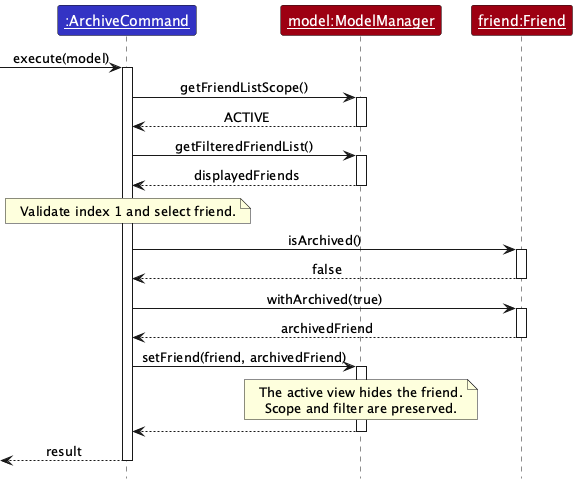
The PlantUML diagram images/ArchiveSequenceDiagram.png in AY2627S1-CS2103T-W14-3/tp, before a commit. Its diagram source:
```plantuml
@startuml
!include style.puml
skinparam ArrowFontStyle plain
skinparam ParticipantFontColor #FFFFFF

participant "<u>:ArchiveCommand</u>" as Command LOGIC_COLOR
participant "<u>model:ModelManager</u>" as Model MODEL_COLOR
participant "<u>friend:Friend</u>" as Friend MODEL_COLOR

[-> Command : execute(model)
activate Command
Command -> Model : getFriendListScope()
activate Model
Model --> Command : ACTIVE
deactivate Model
Command -> Model : getFilteredFriendList()
activate Model
Model --> Command : displayedFriends
deactivate Model
note over Command
Validate index 1 and select friend.
end note
Command -> Friend : isArchived()
activate Friend
Friend --> Command : false
deactivate Friend
Command -> Friend : withArchived(true)
activate Friend
Friend --> Command : archivedFriend
deactivate Friend
Command -> Model : setFriend(friend, archivedFriend)
activate Model
note over Model
The active view hides the friend.
Scope and filter are preserved.
end note
Model --> Command
deactivate Model
[<-- Command : result
deactivate Command
@enduml
```
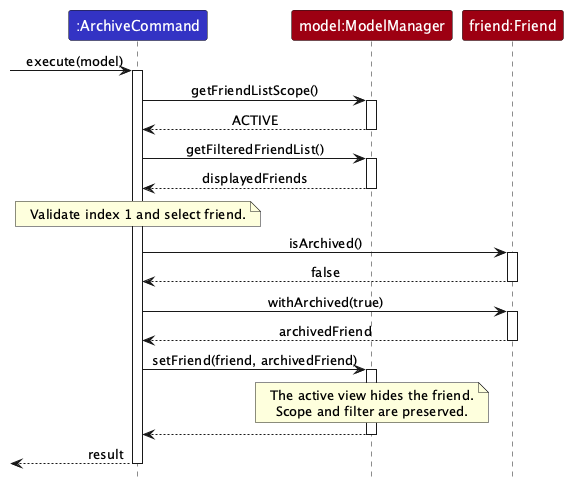
The same file after the commit.

Diff of the diagram source:
```diff
@@ -3,9 +3,9 @@
 skinparam ArrowFontStyle plain
 skinparam ParticipantFontColor #FFFFFF
 
-participant "<u>:ArchiveCommand</u>" as Command LOGIC_COLOR
-participant "<u>model:ModelManager</u>" as Model MODEL_COLOR
-participant "<u>friend:Friend</u>" as Friend MODEL_COLOR
+participant ":ArchiveCommand" as Command LOGIC_COLOR
+participant "model:ModelManager" as Model MODEL_COLOR
+participant "friend:Friend" as Friend MODEL_COLOR
 
 [-> Command : execute(model)
 activate Command
```
